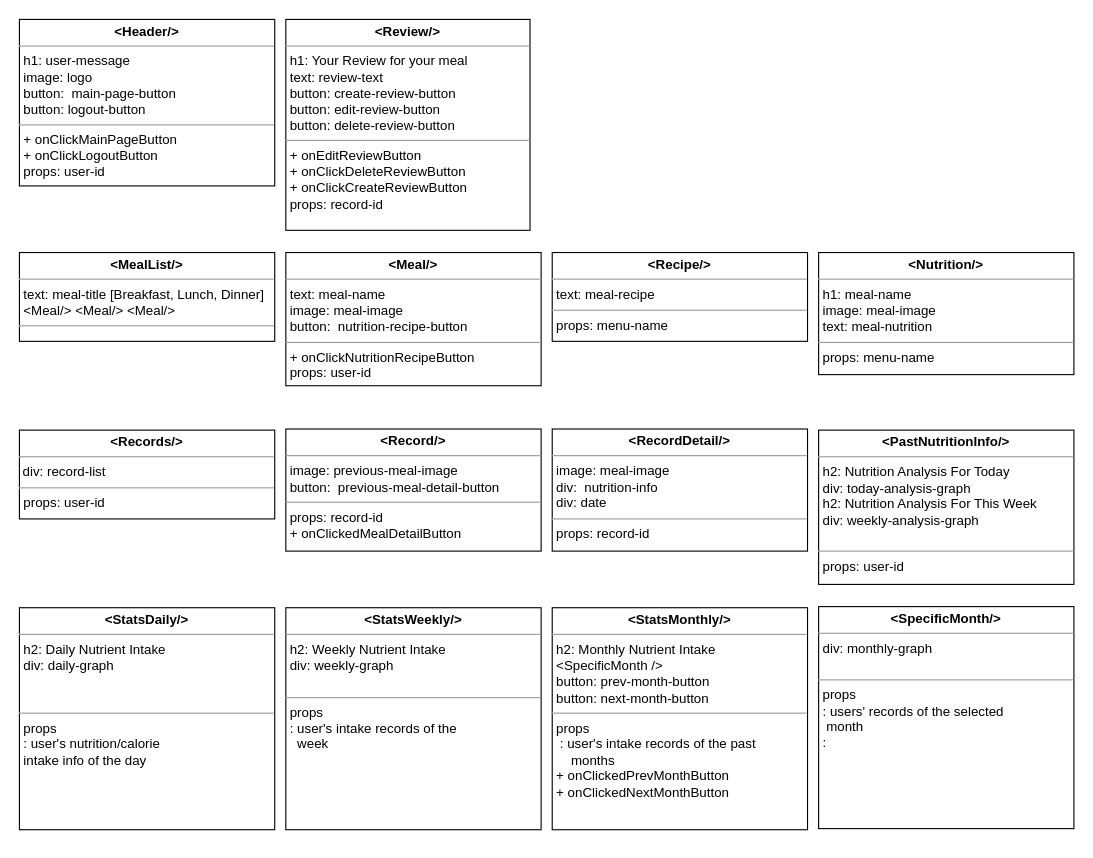
Earlier version of the draw.io diagram diagrams/Component Diagram.drawio (swsnu/swpp2021-team5). Source tidied: cells renumbered, new cells numbered last; positions are measured from the earlier drawing's top-left corner, leaving out a move shared by most shapes. Both pictures are drawn from the tidied source at 111%, with x=0, y=0 at pixel (19, 19).
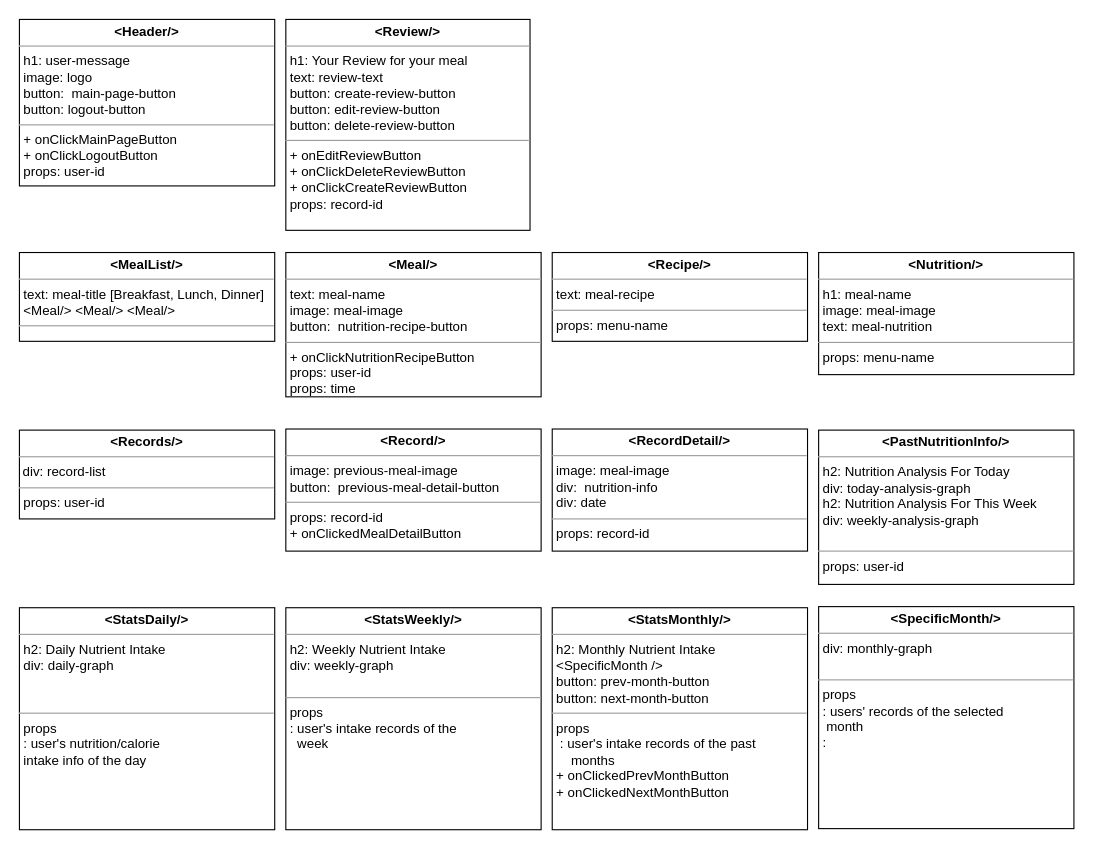
The same diagram, later.

What changed in the source:
```diff
@@
 <mxGraphModel>
   <root>
     <mxCell id="0" />
     <mxCell id="1" parent="0" />
     <mxCell id="2" value="&lt;p style=&quot;margin: 0px ; margin-top: 4px ; text-align: center&quot;&gt;&lt;b&gt;&amp;lt;PastNutritionInfo/&amp;gt;&lt;/b&gt;&lt;/p&gt;&lt;hr size=&quot;1&quot;&gt;&lt;p style=&quot;margin: 0px ; margin-left: 4px&quot;&gt;h2: Nutrition Analysis For Today&lt;/p&gt;&lt;p style=&quot;margin: 0px ; margin-left: 4px&quot;&gt;div: today-analysis-graph&lt;/p&gt;&lt;p style=&quot;margin: 0px ; margin-left: 4px&quot;&gt;h2: Nutrition Analysis For This Week&lt;/p&gt;&lt;p style=&quot;margin: 0px ; margin-left: 4px&quot;&gt;div: weekly-analysis-graph&lt;/p&gt;&lt;p style=&quot;margin: 0px ; margin-left: 4px&quot;&gt;&lt;br&gt;&lt;/p&gt;&lt;hr size=&quot;1&quot;&gt;&lt;p style=&quot;margin: 0px ; margin-left: 4px&quot;&gt;props: user-id&lt;/p&gt;" style="verticalAlign=top;align=left;overflow=fill;fontSize=12;fontFamily=Helvetica;html=1;rounded=0;shadow=0;comic=0;labelBackgroundColor=none;strokeWidth=1;" parent="1" vertex="1">
       <mxGeometry x="720" y="370" width="230" height="139" as="geometry" />
     </mxCell>
     <mxCell id="3" value="&lt;p style=&quot;margin: 0px ; margin-top: 4px ; text-align: center&quot;&gt;&lt;b&gt;&amp;lt;MealList/&amp;gt;&lt;/b&gt;&lt;/p&gt;&lt;hr size=&quot;1&quot;&gt;&lt;p style=&quot;margin: 0px ; margin-left: 4px&quot;&gt;text: meal-title [Breakfast, Lunch, Dinner]&lt;/p&gt;&lt;p style=&quot;margin: 0px ; margin-left: 4px&quot;&gt;&lt;span&gt;&amp;lt;Meal/&amp;gt; &amp;lt;Meal/&amp;gt; &amp;lt;Meal/&amp;gt;&lt;/span&gt;&lt;/p&gt;&lt;hr size=&quot;1&quot;&gt;&lt;p style=&quot;margin: 0px ; margin-left: 4px&quot;&gt;&lt;br&gt;&lt;/p&gt;" style="verticalAlign=top;align=left;overflow=fill;fontSize=12;fontFamily=Helvetica;html=1;rounded=0;shadow=0;comic=0;labelBackgroundColor=none;strokeWidth=1;" parent="1" vertex="1">
       <mxGeometry y="210" width="230" height="80" as="geometry" />
     </mxCell>
-    <mxCell id="4" value="&lt;p style=&quot;margin: 0px ; margin-top: 4px ; text-align: center&quot;&gt;&lt;b&gt;&amp;lt;Meal/&amp;gt;&lt;/b&gt;&lt;/p&gt;&lt;hr size=&quot;1&quot;&gt;&lt;p style=&quot;margin: 0px ; margin-left: 4px&quot;&gt;&lt;span&gt;text: meal-name&lt;/span&gt;&lt;/p&gt;&lt;p style=&quot;margin: 0px ; margin-left: 4px&quot;&gt;image: meal-image&lt;/p&gt;&lt;p style=&quot;margin: 0px ; margin-left: 4px&quot;&gt;&lt;span&gt;button:&amp;nbsp;&amp;nbsp;&lt;/span&gt;&lt;span style=&quot;text-align: center&quot;&gt;nutrition-recipe-button&lt;/span&gt;&lt;br&gt;&lt;/p&gt;&lt;hr size=&quot;1&quot;&gt;&lt;p style=&quot;margin: 0px ; margin-left: 4px&quot;&gt;+ onClickNutritionRecipeButton&lt;/p&gt;&lt;p style=&quot;margin: 0px ; margin-left: 4px&quot;&gt;props: user-id&lt;/p&gt;" style="verticalAlign=top;align=left;overflow=fill;fontSize=12;fontFamily=Helvetica;html=1;rounded=0;shadow=0;comic=0;labelBackgroundColor=none;strokeWidth=1;" parent="1" vertex="1">
-      <mxGeometry x="240" y="210" width="230" height="120" as="geometry" />
+    <mxCell id="4" value="&lt;p style=&quot;margin: 0px ; margin-top: 4px ; text-align: center&quot;&gt;&lt;b&gt;&amp;lt;Meal/&amp;gt;&lt;/b&gt;&lt;/p&gt;&lt;hr size=&quot;1&quot;&gt;&lt;p style=&quot;margin: 0px ; margin-left: 4px&quot;&gt;&lt;span&gt;text: meal-name&lt;/span&gt;&lt;/p&gt;&lt;p style=&quot;margin: 0px ; margin-left: 4px&quot;&gt;image: meal-image&lt;/p&gt;&lt;p style=&quot;margin: 0px ; margin-left: 4px&quot;&gt;&lt;span&gt;button:&amp;nbsp;&amp;nbsp;&lt;/span&gt;&lt;span style=&quot;text-align: center&quot;&gt;nutrition-recipe-button&lt;/span&gt;&lt;br&gt;&lt;/p&gt;&lt;hr size=&quot;1&quot;&gt;&lt;p style=&quot;margin: 0px ; margin-left: 4px&quot;&gt;+ onClickNutritionRecipeButton&lt;/p&gt;&lt;p style=&quot;margin: 0px ; margin-left: 4px&quot;&gt;props: user-id&lt;/p&gt;&lt;p style=&quot;margin: 0px ; margin-left: 4px&quot;&gt;props: time&lt;/p&gt;" style="verticalAlign=top;align=left;overflow=fill;fontSize=12;fontFamily=Helvetica;html=1;rounded=0;shadow=0;comic=0;labelBackgroundColor=none;strokeWidth=1;" parent="1" vertex="1">
+      <mxGeometry x="240" y="210" width="230" height="130" as="geometry" />
     </mxCell>
     <mxCell id="5" value="&lt;p style=&quot;margin: 0px ; margin-top: 4px ; text-align: center&quot;&gt;&lt;b&gt;&amp;lt;Recipe/&amp;gt;&lt;/b&gt;&lt;/p&gt;&lt;hr size=&quot;1&quot;&gt;&lt;p style=&quot;margin: 0px ; margin-left: 4px&quot;&gt;text: meal-recipe&lt;/p&gt;&lt;hr size=&quot;1&quot;&gt;&lt;p style=&quot;margin: 0px ; margin-left: 4px&quot;&gt;props: menu-name&lt;/p&gt;" style="verticalAlign=top;align=left;overflow=fill;fontSize=12;fontFamily=Helvetica;html=1;rounded=0;shadow=0;comic=0;labelBackgroundColor=none;strokeWidth=1;" parent="1" vertex="1">
       <mxGeometry x="480" y="210" width="230" height="80" as="geometry" />
     </mxCell>
     <mxCell id="6" value="&lt;p style=&quot;margin: 0px ; margin-top: 4px ; text-align: center&quot;&gt;&lt;b&gt;&amp;lt;Nutrition/&amp;gt;&lt;/b&gt;&lt;/p&gt;&lt;hr size=&quot;1&quot;&gt;&lt;p style=&quot;margin: 0px ; margin-left: 4px&quot;&gt;h1: meal-name&lt;/p&gt;&lt;p style=&quot;margin: 0px ; margin-left: 4px&quot;&gt;&lt;span&gt;image: meal-image&lt;/span&gt;&lt;/p&gt;&lt;p style=&quot;margin: 0px ; margin-left: 4px&quot;&gt;&lt;span&gt;text: meal-nutrition&lt;br&gt;&lt;/span&gt;&lt;/p&gt;&lt;hr size=&quot;1&quot;&gt;&lt;p style=&quot;margin: 0px ; margin-left: 4px&quot;&gt;props: menu-name&lt;/p&gt;" style="verticalAlign=top;align=left;overflow=fill;fontSize=12;fontFamily=Helvetica;html=1;rounded=0;shadow=0;comic=0;labelBackgroundColor=none;strokeWidth=1;" parent="1" vertex="1">
       <mxGeometry x="720" y="210" width="230" height="110" as="geometry" />
     </mxCell>
     <mxCell id="7" value="&lt;p style=&quot;margin: 0px ; margin-top: 4px ; text-align: center&quot;&gt;&lt;b&gt;&amp;lt;Header/&amp;gt;&lt;/b&gt;&lt;/p&gt;&lt;hr size=&quot;1&quot;&gt;&lt;p style=&quot;margin: 0px ; margin-left: 4px&quot;&gt;h1: user-message&lt;/p&gt;&lt;p style=&quot;margin: 0px ; margin-left: 4px&quot;&gt;image: logo&lt;/p&gt;&lt;p style=&quot;margin: 0px ; margin-left: 4px&quot;&gt;&lt;span&gt;button:&amp;nbsp;&amp;nbsp;&lt;/span&gt;&lt;span style=&quot;text-align: center&quot;&gt;main-page-button&lt;/span&gt;&lt;br&gt;&lt;/p&gt;&lt;p style=&quot;margin: 0px ; margin-left: 4px&quot;&gt;&lt;span style=&quot;text-align: center&quot;&gt;button: logout-button&lt;/span&gt;&lt;/p&gt;&lt;hr size=&quot;1&quot;&gt;&lt;p style=&quot;margin: 0px ; margin-left: 4px&quot;&gt;+ onClickMainPageButton&lt;/p&gt;&lt;p style=&quot;margin: 0px ; margin-left: 4px&quot;&gt;+ onClickLogoutButton&lt;/p&gt;&lt;p style=&quot;margin: 0px ; margin-left: 4px&quot;&gt;props: user-id&lt;/p&gt;" style="verticalAlign=top;align=left;overflow=fill;fontSize=12;fontFamily=Helvetica;html=1;rounded=0;shadow=0;comic=0;labelBackgroundColor=none;strokeWidth=1;" parent="1" vertex="1">
       <mxGeometry width="230" height="150" as="geometry" />
     </mxCell>
     <mxCell id="8" value="&lt;p style=&quot;margin: 0px ; margin-top: 4px ; text-align: center&quot;&gt;&lt;b&gt;&amp;lt;StatsDaily/&amp;gt;&lt;/b&gt;&lt;/p&gt;&lt;hr size=&quot;1&quot;&gt;&lt;p style=&quot;margin: 0px ; margin-left: 4px&quot;&gt;h2: Daily Nutrient Intake&lt;br&gt;&lt;/p&gt;&lt;p style=&quot;margin: 0px ; margin-left: 4px&quot;&gt;div: daily-graph&lt;/p&gt;&lt;p style=&quot;margin: 0px ; margin-left: 4px&quot;&gt;&amp;nbsp;&lt;/p&gt;&lt;p style=&quot;margin: 0px ; margin-left: 4px&quot;&gt;&lt;br&gt;&lt;/p&gt;&lt;hr size=&quot;1&quot;&gt;&lt;p style=&quot;margin: 0px ; margin-left: 4px&quot;&gt;props&lt;/p&gt;&lt;p style=&quot;margin: 0px ; margin-left: 4px&quot;&gt;: user's nutrition/calorie&lt;/p&gt;&lt;p style=&quot;margin: 0px ; margin-left: 4px&quot;&gt;intake info of the day&lt;/p&gt;&lt;p style=&quot;margin: 0px ; margin-left: 4px&quot;&gt;&lt;br&gt;&lt;/p&gt;" style="verticalAlign=top;align=left;overflow=fill;fontSize=12;fontFamily=Helvetica;html=1;rounded=0;shadow=0;comic=0;labelBackgroundColor=none;strokeWidth=1;" parent="1" vertex="1">
       <mxGeometry y="530" width="230" height="200" as="geometry" />
     </mxCell>
     <mxCell id="9" value="&lt;p style=&quot;margin: 0px ; margin-top: 4px ; text-align: center&quot;&gt;&lt;b&gt;&amp;lt;StatsWeekly/&amp;gt;&lt;/b&gt;&lt;/p&gt;&lt;hr size=&quot;1&quot;&gt;&lt;p style=&quot;margin: 0px ; margin-left: 4px&quot;&gt;h2: Weekly Nutrient Intake&lt;br&gt;&lt;/p&gt;&lt;p style=&quot;margin: 0px ; margin-left: 4px&quot;&gt;div: weekly-graph&lt;br&gt;&lt;/p&gt;&lt;p style=&quot;margin: 0px ; margin-left: 4px&quot;&gt;&lt;br&gt;&lt;/p&gt;&lt;hr size=&quot;1&quot;&gt;&lt;p style=&quot;margin: 0px ; margin-left: 4px&quot;&gt;props&lt;/p&gt;&lt;p style=&quot;margin: 0px ; margin-left: 4px&quot;&gt;: user's intake records of the&lt;/p&gt;&lt;p style=&quot;margin: 0px ; margin-left: 4px&quot;&gt;&amp;nbsp; week&lt;br&gt;&lt;/p&gt;" style="verticalAlign=top;align=left;overflow=fill;fontSize=12;fontFamily=Helvetica;html=1;rounded=0;shadow=0;comic=0;labelBackgroundColor=none;strokeWidth=1;" parent="1" vertex="1">
       <mxGeometry x="240" y="530" width="230" height="200" as="geometry" />
     </mxCell>
     <mxCell id="10" value="&lt;p style=&quot;margin: 0px ; margin-top: 4px ; text-align: center&quot;&gt;&lt;b&gt;&amp;lt;StatsMonthly/&amp;gt;&lt;/b&gt;&lt;/p&gt;&lt;hr size=&quot;1&quot;&gt;&lt;p style=&quot;margin: 0px ; margin-left: 4px&quot;&gt;h2: Monthly Nutrient Intake&amp;nbsp;&lt;br&gt;&lt;/p&gt;&lt;p style=&quot;margin: 0px ; margin-left: 4px&quot;&gt;&amp;lt;SpecificMonth /&amp;gt;&lt;/p&gt;&lt;p style=&quot;margin: 0px ; margin-left: 4px&quot;&gt;button: prev-month-button&lt;/p&gt;&lt;p style=&quot;margin: 0px ; margin-left: 4px&quot;&gt;button: next-month-button&lt;/p&gt;&lt;hr size=&quot;1&quot;&gt;&lt;p style=&quot;margin: 0px 0px 0px 4px&quot;&gt;props&lt;/p&gt;&lt;p style=&quot;margin: 0px 0px 0px 4px&quot;&gt;&amp;nbsp;: user's intake records of the past&lt;/p&gt;&lt;p style=&quot;margin: 0px 0px 0px 4px&quot;&gt;&amp;nbsp; &amp;nbsp; months&lt;/p&gt;&lt;p style=&quot;margin: 0px 0px 0px 4px&quot;&gt;+ onClickedPrevMonthButton&lt;/p&gt;&lt;p style=&quot;margin: 0px 0px 0px 4px&quot;&gt;+ onClickedNextMonthButton&lt;/p&gt;" style="verticalAlign=top;align=left;overflow=fill;fontSize=12;fontFamily=Helvetica;html=1;rounded=0;shadow=0;comic=0;labelBackgroundColor=none;strokeWidth=1;" parent="1" vertex="1">
       <mxGeometry x="480" y="530" width="230" height="200" as="geometry" />
     </mxCell>
     <mxCell id="11" style="edgeStyle=orthogonalEdgeStyle;rounded=0;orthogonalLoop=1;jettySize=auto;html=1;exitX=0.5;exitY=1;exitDx=0;exitDy=0;" parent="1" edge="1" source="9" target="9">
       <mxGeometry relative="1" as="geometry" />
     </mxCell>
     <mxCell id="12" value="&lt;p style=&quot;margin: 0px ; margin-top: 4px ; text-align: center&quot;&gt;&lt;b&gt;&amp;lt;SpecificMonth/&amp;gt;&lt;/b&gt;&lt;/p&gt;&lt;hr size=&quot;1&quot;&gt;&lt;p style=&quot;margin: 0px ; margin-left: 4px&quot;&gt;&lt;span&gt;div: monthly-graph&lt;/span&gt;&lt;br&gt;&lt;/p&gt;&lt;p style=&quot;margin: 0px ; margin-left: 4px&quot;&gt;&lt;br&gt;&lt;/p&gt;&lt;hr size=&quot;1&quot;&gt;&lt;p style=&quot;margin: 0px ; margin-left: 4px&quot;&gt;props&lt;/p&gt;&lt;p style=&quot;margin: 0px ; margin-left: 4px&quot;&gt;: users' records of the selected&lt;/p&gt;&lt;p style=&quot;margin: 0px ; margin-left: 4px&quot;&gt;&amp;nbsp;month&lt;/p&gt;&lt;p style=&quot;margin: 0px ; margin-left: 4px&quot;&gt;:&amp;nbsp;&lt;/p&gt;" style="verticalAlign=top;align=left;overflow=fill;fontSize=12;fontFamily=Helvetica;html=1;rounded=0;shadow=0;comic=0;labelBackgroundColor=none;strokeWidth=1;" parent="1" vertex="1">
       <mxGeometry x="720" y="529" width="230" height="200" as="geometry" />
     </mxCell>
     <mxCell id="13" value="&lt;p style=&quot;margin: 0px ; margin-top: 4px ; text-align: center&quot;&gt;&lt;b&gt;&amp;lt;Records/&amp;gt;&lt;/b&gt;&lt;/p&gt;&lt;hr size=&quot;1&quot;&gt;&amp;nbsp;div: record-list&lt;br&gt;&lt;hr size=&quot;1&quot;&gt;&lt;p style=&quot;margin: 0px ; margin-left: 4px&quot;&gt;&lt;span&gt;props: user-id&lt;/span&gt;&lt;br&gt;&lt;/p&gt;" style="verticalAlign=top;align=left;overflow=fill;fontSize=12;fontFamily=Helvetica;html=1;rounded=0;shadow=0;comic=0;labelBackgroundColor=none;strokeWidth=1;" parent="1" vertex="1">
       <mxGeometry y="370" width="230" height="80" as="geometry" />
     </mxCell>
     <mxCell id="14" value="&lt;p style=&quot;margin: 0px ; margin-top: 4px ; text-align: center&quot;&gt;&lt;b&gt;&amp;lt;Record/&amp;gt;&lt;/b&gt;&lt;/p&gt;&lt;hr size=&quot;1&quot;&gt;&lt;p style=&quot;margin: 0px ; margin-left: 4px&quot;&gt;&lt;span&gt;image: previous-meal-image&lt;/span&gt;&lt;br&gt;&lt;/p&gt;&lt;p style=&quot;margin: 0px ; margin-left: 4px&quot;&gt;&lt;span&gt;button:&amp;nbsp;&amp;nbsp;&lt;/span&gt;&lt;span style=&quot;text-align: center&quot;&gt;previous-meal-detail-button&lt;/span&gt;&lt;br&gt;&lt;/p&gt;&lt;hr size=&quot;1&quot;&gt;&lt;p style=&quot;margin: 0px ; margin-left: 4px&quot;&gt;props: record-id&lt;br&gt;&lt;/p&gt;&lt;p style=&quot;margin: 0px ; margin-left: 4px&quot;&gt;+ onClickedMealDetailButton&lt;/p&gt;&lt;p style=&quot;margin: 0px ; margin-left: 4px&quot;&gt;&lt;br&gt;&lt;/p&gt;" style="verticalAlign=top;align=left;overflow=fill;fontSize=12;fontFamily=Helvetica;html=1;rounded=0;shadow=0;comic=0;labelBackgroundColor=none;strokeWidth=1;" parent="1" vertex="1">
       <mxGeometry x="240" y="369" width="230" height="110" as="geometry" />
     </mxCell>
     <mxCell id="15" value="&lt;p style=&quot;margin: 0px ; margin-top: 4px ; text-align: center&quot;&gt;&lt;b&gt;&amp;lt;RecordDetail/&amp;gt;&lt;/b&gt;&lt;/p&gt;&lt;hr size=&quot;1&quot;&gt;&lt;p style=&quot;margin: 0px ; margin-left: 4px&quot;&gt;&lt;span&gt;image: meal-image&lt;/span&gt;&lt;br&gt;&lt;/p&gt;&lt;p style=&quot;margin: 0px ; margin-left: 4px&quot;&gt;&lt;span&gt;div:&amp;nbsp;&amp;nbsp;&lt;/span&gt;&lt;span style=&quot;text-align: center&quot;&gt;nutrition-info&lt;/span&gt;&lt;br&gt;&lt;/p&gt;&lt;p style=&quot;margin: 0px ; margin-left: 4px&quot;&gt;&lt;span style=&quot;text-align: center&quot;&gt;div: date&lt;/span&gt;&lt;/p&gt;&lt;hr size=&quot;1&quot;&gt;&lt;p style=&quot;margin: 0px ; margin-left: 4px&quot;&gt;&lt;span&gt;props: record-id&lt;/span&gt;&lt;br&gt;&lt;/p&gt;" style="verticalAlign=top;align=left;overflow=fill;fontSize=12;fontFamily=Helvetica;html=1;rounded=0;shadow=0;comic=0;labelBackgroundColor=none;strokeWidth=1;" parent="1" vertex="1">
       <mxGeometry x="480" y="369" width="230" height="110" as="geometry" />
     </mxCell>
     <mxCell id="16" value="&lt;p style=&quot;margin: 0px ; margin-top: 4px ; text-align: center&quot;&gt;&lt;b&gt;&amp;lt;Review/&amp;gt;&lt;/b&gt;&lt;/p&gt;&lt;hr size=&quot;1&quot;&gt;&lt;p style=&quot;margin: 0px ; margin-left: 4px&quot;&gt;h1: Your Review for your meal&lt;/p&gt;&lt;p style=&quot;margin: 0px ; margin-left: 4px&quot;&gt;text: review-text&lt;/p&gt;&lt;p style=&quot;margin: 0px ; margin-left: 4px&quot;&gt;button: create-review-button&lt;/p&gt;&lt;p style=&quot;margin: 0px ; margin-left: 4px&quot;&gt;button: edit-review-button&lt;/p&gt;&lt;p style=&quot;margin: 0px ; margin-left: 4px&quot;&gt;button: delete-review-button&lt;br&gt;&lt;/p&gt;&lt;hr size=&quot;1&quot;&gt;&lt;p style=&quot;margin: 0px ; margin-left: 4px&quot;&gt;+ onEditReviewButton&lt;/p&gt;&lt;p style=&quot;margin: 0px ; margin-left: 4px&quot;&gt;+ onClickDeleteReviewButton&lt;/p&gt;&lt;p style=&quot;margin: 0px ; margin-left: 4px&quot;&gt;+ onClickCreateReviewButton&lt;/p&gt;&lt;p style=&quot;margin: 0px ; margin-left: 4px&quot;&gt;props: record-id&lt;/p&gt;" style="verticalAlign=top;align=left;overflow=fill;fontSize=12;fontFamily=Helvetica;html=1;rounded=0;shadow=0;comic=0;labelBackgroundColor=none;strokeWidth=1;" parent="1" vertex="1">
       <mxGeometry x="240" width="220" height="190" as="geometry" />
     </mxCell>
   </root>
 </mxGraphModel>
```
